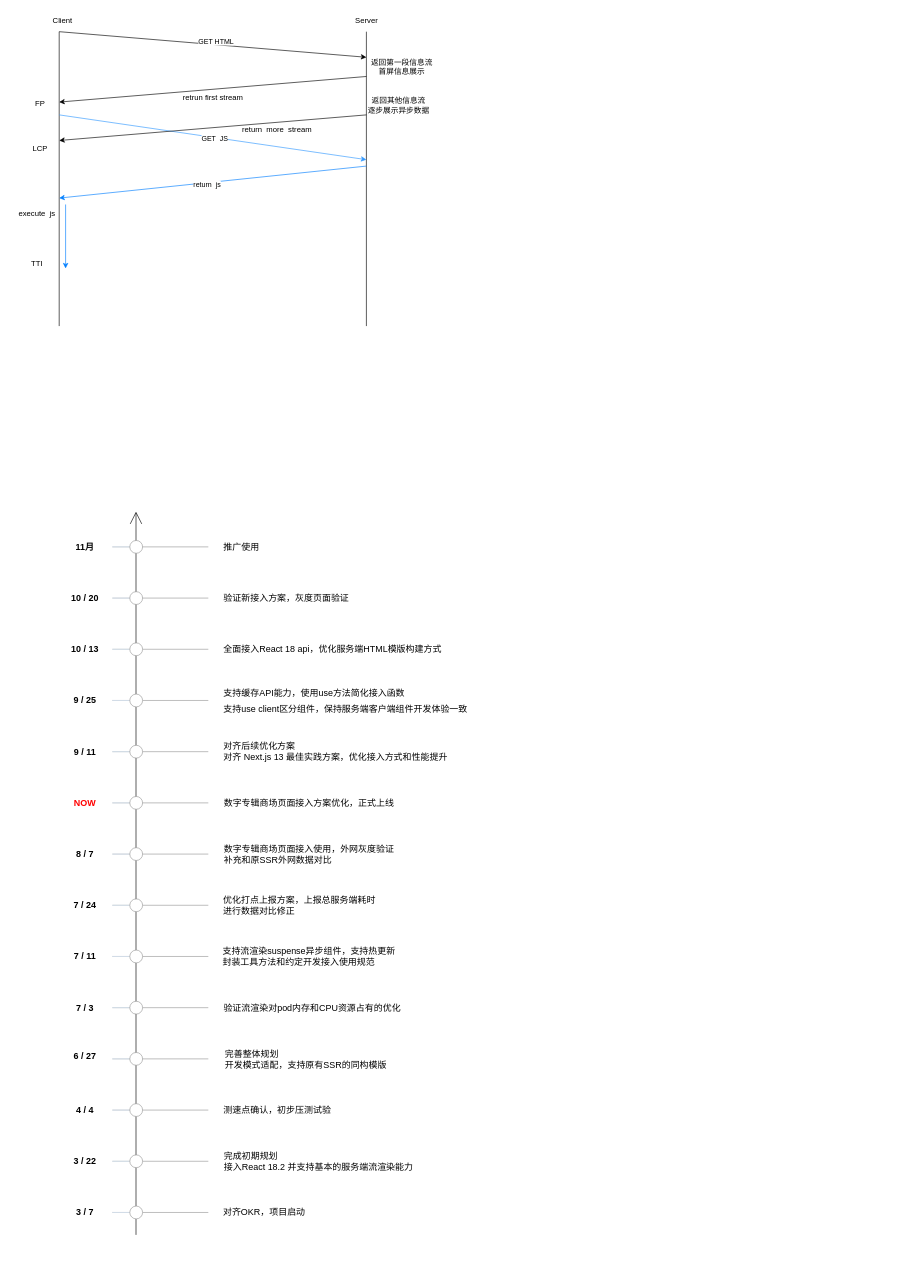
Above: 流渲染里程碑.drawio in Alvabill/drawio (draw.io), before the change. Source tidied: cells renumbered, new cells numbered last; positions are measured from the earlier drawing's top-left corner, leaving out a move shared by most shapes. Both pictures are drawn from the tidied source at 64%, with x=0, y=0 at pixel (11, 11).
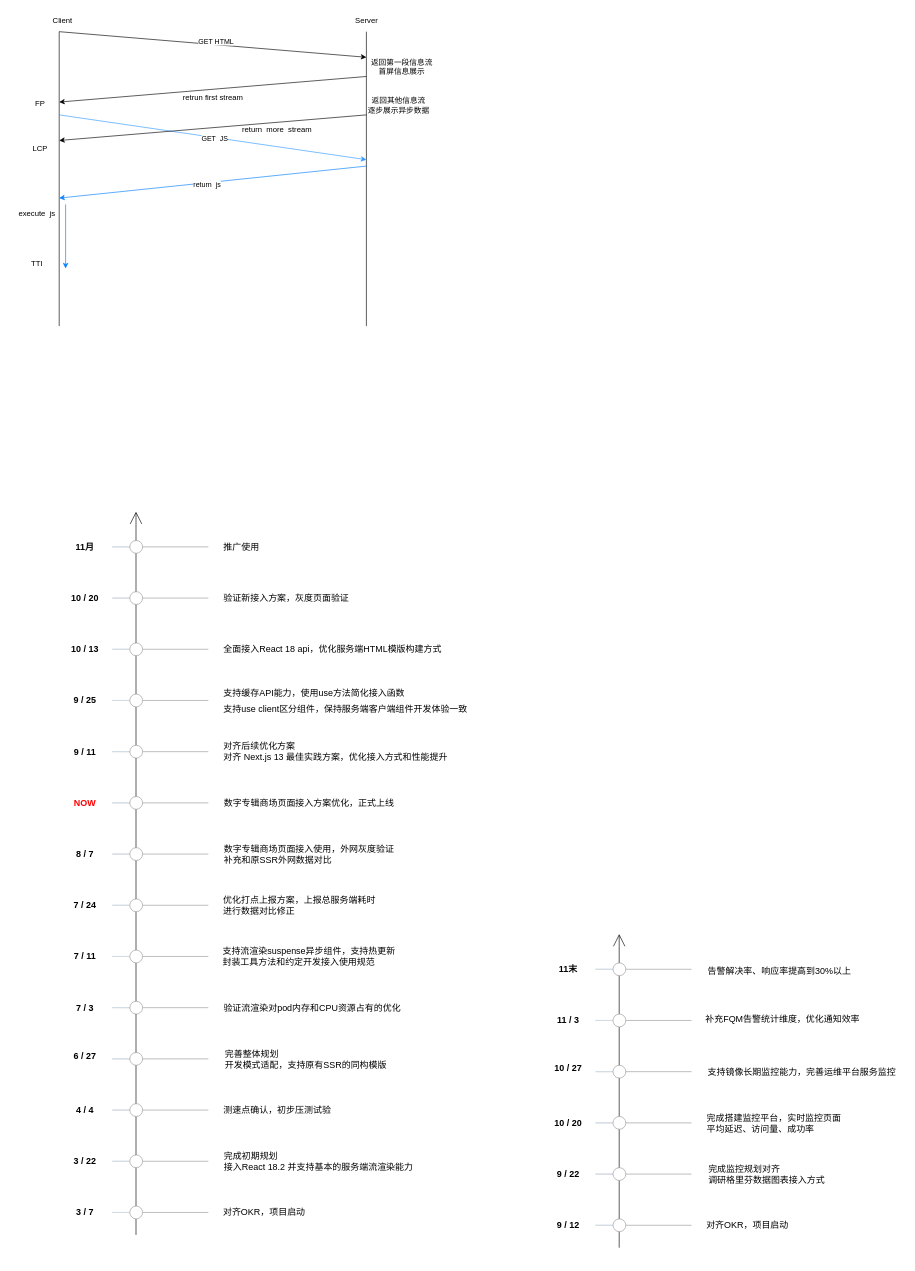
The same diagram, later.

Commit message:
更新流渲染里程碑.drawio

Change to the diagram source:
```diff
@@
+    <mxCell id="66" style="endArrow=open;html=1;rounded=0;endSize=17;sourcePerimeterSpacing=0;endFill=0;" parent="1" edge="1">
+      <mxGeometry relative="1" as="geometry">
+        <mxPoint x="950" y="1932" as="sourcePoint" />
+        <mxPoint x="950" y="1442" as="targetPoint" />
+      </mxGeometry>
+    </mxCell>
+    <mxCell id="67" style="verticalLabelPosition=bottom;shadow=0;dashed=0;align=center;html=1;verticalAlign=top;strokeWidth=1;shape=mxgraph.mockup.forms.horSlider;strokeColor=#999999;sliderStyle=basic;sliderPos=23.077;handleStyle=circle;fillColor2=#ddeeff;" parent="1" vertex="1">
+      <mxGeometry x="913" y="1642" width="150" height="30" as="geometry" />
+    </mxCell>
+    <mxCell id="68" style="verticalLabelPosition=bottom;shadow=0;dashed=0;align=center;html=1;verticalAlign=top;strokeWidth=1;shape=mxgraph.mockup.forms.horSlider;strokeColor=#999999;sliderStyle=basic;sliderPos=23.077;handleStyle=circle;fillColor2=#ddeeff;" parent="1" vertex="1">
+      <mxGeometry x="913" y="1482" width="150" height="30" as="geometry" />
+    </mxCell>
+    <mxCell id="69" style="verticalLabelPosition=bottom;shadow=0;dashed=0;align=center;html=1;verticalAlign=top;strokeWidth=1;shape=mxgraph.mockup.forms.horSlider;strokeColor=#999999;sliderStyle=basic;sliderPos=23.077;handleStyle=circle;fillColor2=#ddeeff;" parent="1" vertex="1">
+      <mxGeometry x="913" y="1562" width="150" height="30" as="geometry" />
+    </mxCell>
+    <mxCell id="70" style="verticalLabelPosition=bottom;shadow=0;dashed=0;align=center;html=1;verticalAlign=top;strokeWidth=1;shape=mxgraph.mockup.forms.horSlider;strokeColor=#999999;sliderStyle=basic;sliderPos=23.077;handleStyle=circle;fillColor2=#ddeeff;" parent="1" vertex="1">
+      <mxGeometry x="913" y="1722" width="150" height="30" as="geometry" />
+    </mxCell>
+    <mxCell id="71" style="verticalLabelPosition=bottom;shadow=0;dashed=0;align=center;html=1;verticalAlign=top;strokeWidth=1;shape=mxgraph.mockup.forms.horSlider;strokeColor=#999999;sliderStyle=basic;sliderPos=23.077;handleStyle=circle;fillColor2=#ddeeff;" parent="1" vertex="1">
+      <mxGeometry x="913" y="1802" width="150" height="30" as="geometry" />
+    </mxCell>
+    <mxCell id="72" style="verticalLabelPosition=bottom;shadow=0;dashed=0;align=center;html=1;verticalAlign=top;strokeWidth=1;shape=mxgraph.mockup.forms.horSlider;strokeColor=#999999;sliderStyle=basic;sliderPos=23.077;handleStyle=circle;fillColor2=#ddeeff;" parent="1" vertex="1">
+      <mxGeometry x="913" y="1882" width="150" height="30" as="geometry" />
+    </mxCell>
+    <mxCell id="73" value="&lt;font style=&quot;font-size: 14px;&quot;&gt;对齐OKR，项目启动&lt;/font&gt;" style="text;html=1;align=center;verticalAlign=middle;strokeColor=none;fillColor=none;" parent="1" vertex="1">
+      <mxGeometry x="1075" y="1882" width="150" height="30" as="geometry" />
+    </mxCell>
+    <mxCell id="74" value="&lt;div style=&quot;text-align: left;&quot;&gt;&lt;span style=&quot;font-size: 14px; background-color: initial;&quot;&gt;完成监控规划对齐&lt;/span&gt;&lt;/div&gt;&lt;div style=&quot;text-align: left;&quot;&gt;&lt;span style=&quot;font-size: 14px;&quot;&gt;调研格里芬数据图表接入方式&lt;/span&gt;&lt;/div&gt;" style="text;html=1;align=center;verticalAlign=middle;strokeColor=none;fillColor=none;" parent="1" vertex="1">
+      <mxGeometry x="1075" y="1792" width="210" height="50" as="geometry" />
+    </mxCell>
+    <mxCell id="75" value="&lt;div style=&quot;font-size: 14px;&quot;&gt;&lt;font style=&quot;font-size: 14px;&quot;&gt;完成搭建监控平台，实时监控页面&lt;/font&gt;&lt;/div&gt;&lt;font style=&quot;font-size: 14px;&quot;&gt;平均延迟、访问量、成功率&lt;/font&gt;" style="text;html=1;align=left;verticalAlign=middle;strokeColor=none;fillColor=none;" parent="1" vertex="1">
+      <mxGeometry x="1085" y="1712" width="230" height="50" as="geometry" />
+    </mxCell>
+    <mxCell id="76" value="&lt;div style=&quot;text-align: left;&quot;&gt;&lt;span style=&quot;font-size: 14px;&quot;&gt;支持镜像长期监控能力，完善运维平台服务监控&lt;/span&gt;&lt;/div&gt;" style="text;html=1;align=center;verticalAlign=middle;strokeColor=none;fillColor=none;" parent="1" vertex="1">
+      <mxGeometry x="1075" y="1642" width="320" height="30" as="geometry" />
+    </mxCell>
+    <mxCell id="77" value="&lt;div style=&quot;text-align: left;&quot;&gt;&lt;div style=&quot;font-size: medium;&quot;&gt;&lt;/div&gt;&lt;div style=&quot;&quot;&gt;&lt;div style=&quot;&quot; class=&quot;document&quot;&gt;&lt;div style=&quot;&quot; class=&quot;section&quot;&gt;&lt;h4 style=&quot;line-height: 1.7px; margin-top: 0pt; margin-bottom: 0pt; margin-left: 0pt;&quot; class=&quot;paragraph text-align-type-left tco-title-heading 4&quot;&gt;&lt;span style=&quot;font-size: 14px; font-weight: normal;&quot;&gt;补充FQM告警统计维度，优化通知效率&lt;/span&gt;&lt;/h4&gt;&lt;/div&gt;&lt;/div&gt;&lt;/div&gt;&lt;/div&gt;&lt;div style=&quot;font-size: medium; text-align: start;&quot;&gt;&lt;/div&gt;" style="text;html=1;align=center;verticalAlign=middle;strokeColor=none;fillColor=none;" parent="1" vertex="1">
+      <mxGeometry x="1075" y="1567" width="260" height="20" as="geometry" />
+    </mxCell>
+    <mxCell id="78" value="&lt;div style=&quot;text-align: left;&quot;&gt;&lt;div style=&quot;font-size: medium;&quot;&gt;&lt;/div&gt;&lt;div style=&quot;&quot;&gt;&lt;div style=&quot;&quot; class=&quot;document&quot;&gt;&lt;div style=&quot;&quot; class=&quot;section&quot;&gt;&lt;h4 style=&quot;line-height: 1.7px; margin-top: 0pt; margin-bottom: 0pt; margin-left: 0pt;&quot; class=&quot;paragraph text-align-type-left tco-title-heading 4&quot;&gt;&lt;span style=&quot;font-weight: normal;&quot;&gt;&lt;font style=&quot;font-size: 14px;&quot;&gt;告警解决率、响应率提高到30%以上&lt;/font&gt;&lt;/span&gt;&lt;/h4&gt;&lt;/div&gt;&lt;/div&gt;&lt;/div&gt;&lt;/div&gt;" style="text;html=1;align=center;verticalAlign=middle;strokeColor=none;fillColor=none;" parent="1" vertex="1">
+      <mxGeometry x="1075" y="1492" width="250" height="20" as="geometry" />
+    </mxCell>
+    <mxCell id="79" value="&lt;span style=&quot;font-size: 14px;&quot;&gt;11末&lt;/span&gt;" style="text;html=1;align=center;verticalAlign=middle;strokeColor=none;fillColor=none;fontStyle=1;" parent="1" vertex="1">
+      <mxGeometry x="845" y="1482" width="50" height="30" as="geometry" />
+    </mxCell>
+    <mxCell id="80" value="&lt;span style=&quot;font-size: 14px;&quot;&gt;10 / 27&lt;/span&gt;" style="text;html=1;align=center;verticalAlign=middle;strokeColor=none;fillColor=none;fontStyle=1;" parent="1" vertex="1">
+      <mxGeometry x="835" y="1637" width="70" height="30" as="geometry" />
+    </mxCell>
+    <mxCell id="81" value="&lt;span style=&quot;font-size: 14px;&quot;&gt;11 / 3&lt;/span&gt;" style="text;html=1;align=center;verticalAlign=middle;strokeColor=none;fillColor=none;fontStyle=1;" parent="1" vertex="1">
+      <mxGeometry x="840" y="1562" width="60" height="30" as="geometry" />
+    </mxCell>
+    <mxCell id="82" value="&lt;span style=&quot;font-size: 14px;&quot;&gt;10 / 20&lt;/span&gt;" style="text;html=1;align=center;verticalAlign=middle;strokeColor=none;fillColor=none;fontStyle=1;" parent="1" vertex="1">
+      <mxGeometry x="835" y="1722" width="70" height="30" as="geometry" />
+    </mxCell>
+    <mxCell id="83" value="&lt;span style=&quot;font-size: 14px;&quot;&gt;9 / 22&lt;/span&gt;" style="text;html=1;align=center;verticalAlign=middle;strokeColor=none;fillColor=none;fontStyle=1;" parent="1" vertex="1">
+      <mxGeometry x="840" y="1802" width="60" height="30" as="geometry" />
+    </mxCell>
+    <mxCell id="84" value="&lt;span style=&quot;font-size: 14px;&quot;&gt;9 / 12&lt;/span&gt;" style="text;html=1;align=center;verticalAlign=middle;strokeColor=none;fillColor=none;fontStyle=1;" parent="1" vertex="1">
+      <mxGeometry x="840" y="1882" width="60" height="30" as="geometry" />
+    </mxCell>
```
